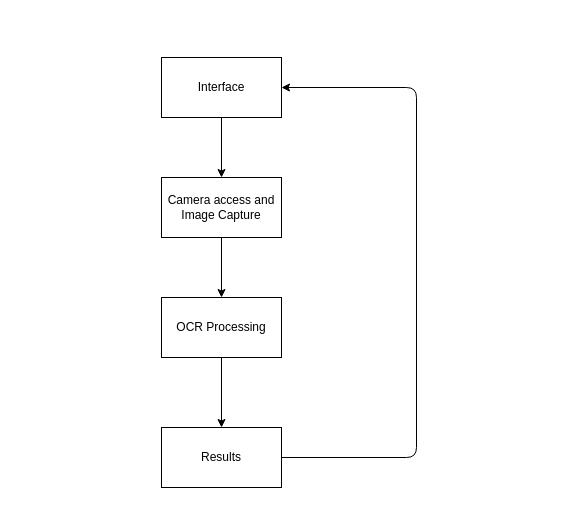
Before: docs/block_diagram.drawio in brain-facens/FieldVision-AI, a draw.io diagram. Source tidied: cells renumbered, new cells numbered last; positions are measured from the earlier drawing's top-left corner, leaving out a move shared by most shapes. Both pictures are drawn from the tidied source at 100%, with x=0, y=0 at pixel (161, 57).
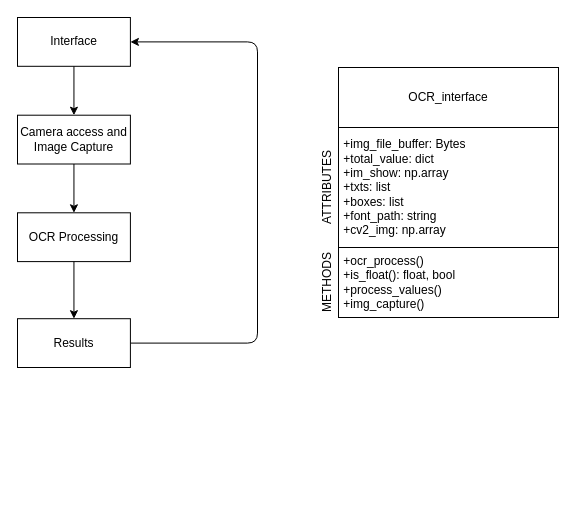
The same diagram, later.

Diff of the diagram source:
```diff
@@
 <mxGraphModel>
   <root>
     <mxCell id="0" />
     <mxCell id="1" parent="0" />
+    <mxCell id="10" style="group;" parent="1" vertex="1">
+      <mxGeometry x="-144" y="-40" width="240" height="350" as="geometry" />
+    </mxCell>
+    <mxCell id="3" value="Interface" style="rounded=0;whiteSpace=wrap;html=1;" parent="10" vertex="1">
+      <mxGeometry width="112.9" height="48.8" as="geometry" />
+    </mxCell>
+    <mxCell id="5" value="Camera access and Image Capture" style="rounded=0;whiteSpace=wrap;html=1;" parent="10" vertex="1">
+      <mxGeometry y="97.7" width="112.9" height="48.8" as="geometry" />
+    </mxCell>
-    <mxCell id="2" style="edgeStyle=none;html=1;entryX=0.5;entryY=0;entryDx=0;entryDy=0;" parent="1" edge="1" source="3" target="5">
+    <mxCell id="2" style="edgeStyle=none;html=1;entryX=0.5;entryY=0;entryDx=0;entryDy=0;" parent="10" edge="1" source="3" target="5">
       <mxGeometry relative="1" as="geometry" />
     </mxCell>
-    <mxCell id="3" value="Interface" style="rounded=0;whiteSpace=wrap;html=1;" parent="1" vertex="1">
-      <mxGeometry width="120" height="60" as="geometry" />
-    </mxCell>
+    <mxCell id="7" value="OCR Processing" style="rounded=0;whiteSpace=wrap;html=1;" parent="10" vertex="1">
+      <mxGeometry y="195.3" width="112.9" height="48.8" as="geometry" />
+    </mxCell>
-    <mxCell id="4" style="edgeStyle=none;html=1;" parent="1" edge="1" source="5" target="7">
+    <mxCell id="4" style="edgeStyle=none;html=1;" parent="10" edge="1" source="5" target="7">
       <mxGeometry relative="1" as="geometry" />
     </mxCell>
-    <mxCell id="5" value="Camera access and Image Capture" style="rounded=0;whiteSpace=wrap;html=1;" parent="1" vertex="1">
-      <mxGeometry y="120" width="120" height="60" as="geometry" />
-    </mxCell>
-    <mxCell id="6" style="edgeStyle=none;html=1;" parent="1" edge="1" source="7" target="9">
-      <mxGeometry relative="1" as="geometry" />
-    </mxCell>
-    <mxCell id="7" value="OCR Processing" style="rounded=0;whiteSpace=wrap;html=1;" parent="1" vertex="1">
-      <mxGeometry y="240" width="120" height="60" as="geometry" />
-    </mxCell>
-    <mxCell id="8" style="edgeStyle=none;html=1;entryX=1;entryY=0.5;entryDx=0;entryDy=0;" parent="1" edge="1" source="9" target="3">
+    <mxCell id="8" style="edgeStyle=none;html=1;entryX=1;entryY=0.5;entryDx=0;entryDy=0;" parent="10" edge="1" source="9" target="3">
       <mxGeometry relative="1" as="geometry">
         <Array as="points">
-          <mxPoint x="255" y="400" />
-          <mxPoint x="255" y="30" />
+          <mxPoint x="240" y="325.6" />
+          <mxPoint x="240" y="24.4" />
         </Array>
       </mxGeometry>
     </mxCell>
-    <mxCell id="9" value="Results" style="rounded=0;whiteSpace=wrap;html=1;" parent="1" vertex="1">
-      <mxGeometry y="370" width="120" height="60" as="geometry" />
+    <mxCell id="9" value="Results" style="rounded=0;whiteSpace=wrap;html=1;" parent="10" vertex="1">
+      <mxGeometry y="301.2" width="112.9" height="48.8" as="geometry" />
     </mxCell>
+    <mxCell id="6" style="edgeStyle=none;html=1;" parent="10" edge="1" source="7" target="9">
+      <mxGeometry relative="1" as="geometry" />
+    </mxCell>
+    <mxCell id="11" style="group;" parent="1" vertex="1">
+      <mxGeometry x="151" y="10" width="246" height="250" as="geometry" />
+    </mxCell>
+    <mxCell id="12" value="OCR_interface" style="rounded=0;whiteSpace=wrap;html=1;" parent="11" vertex="1">
+      <mxGeometry x="26" width="220" height="60" as="geometry" />
+    </mxCell>
+    <mxCell id="13" value="&amp;nbsp;+img_file_buffer: Bytes&lt;br&gt;&amp;nbsp;+total_value: dict&lt;br&gt;&amp;nbsp;+im_show: np.array&lt;br&gt;&amp;nbsp;+txts: list&lt;br&gt;&amp;nbsp;+boxes: list&lt;br&gt;&amp;nbsp;+font_path: string&lt;br&gt;&amp;nbsp;+cv2_img: np.array" style="rounded=0;whiteSpace=wrap;html=1;align=left;" parent="11" vertex="1">
+      <mxGeometry x="26" y="60" width="220" height="120" as="geometry" />
+    </mxCell>
+    <mxCell id="14" value="ATTRIBUTES" style="text;html=1;strokeColor=none;fillColor=none;align=center;verticalAlign=middle;whiteSpace=wrap;rounded=0;rotation=-90;" parent="11" vertex="1">
+      <mxGeometry x="-15" y="105" width="60" height="30" as="geometry" />
+    </mxCell>
+    <mxCell id="15" value="&amp;nbsp;+ocr_process()&lt;br&gt;&amp;nbsp;+is_float(): float, bool&lt;br&gt;&amp;nbsp;+process_values()&lt;br&gt;&amp;nbsp;+img_capture()" style="rounded=0;whiteSpace=wrap;html=1;align=left;" parent="11" vertex="1">
+      <mxGeometry x="26" y="180" width="220" height="70" as="geometry" />
+    </mxCell>
+    <mxCell id="16" value="METHODS" style="text;html=1;strokeColor=none;fillColor=none;align=center;verticalAlign=middle;whiteSpace=wrap;rounded=0;rotation=-90;" parent="11" vertex="1">
+      <mxGeometry x="-15" y="200" width="60" height="30" as="geometry" />
+    </mxCell>
   </root>
 </mxGraphModel>
```
